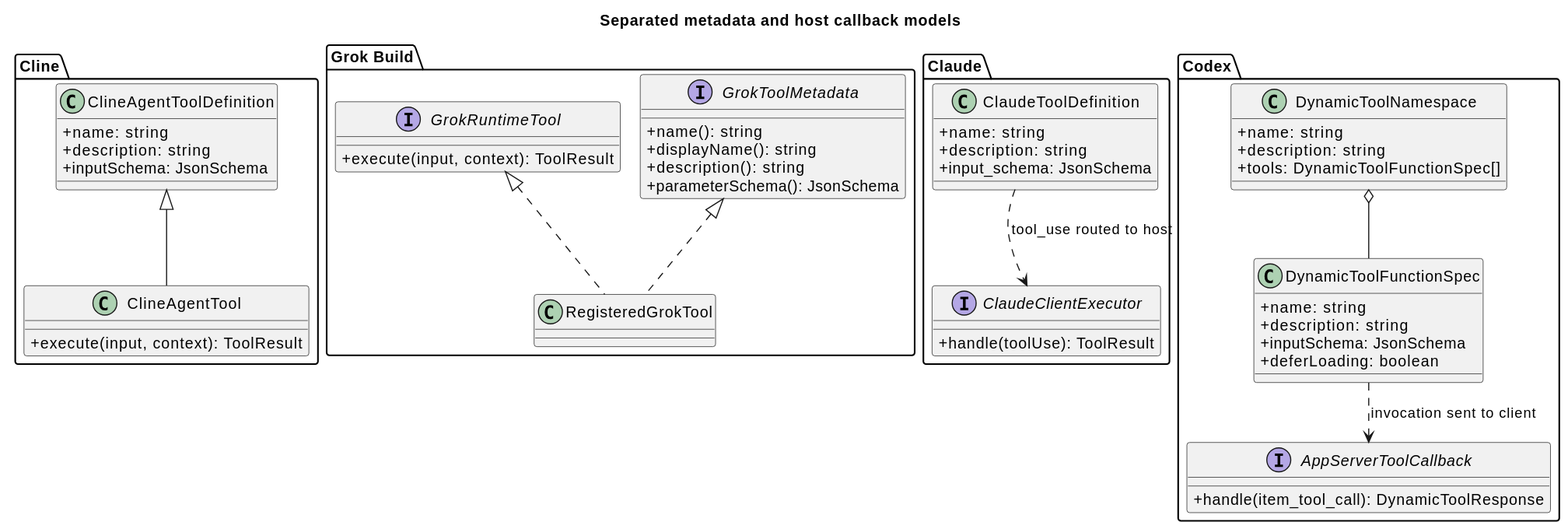
This is config-to-tool-agent-research/separated_and_callback_tool_definitions.svg from superheromeZzh/pi-mono-java-design, a PlantUML export, as it was before one commit. Its diagram source:
```plantuml
@startuml
!pragma layout smetana
title Separated metadata and host callback models
skinparam classAttributeIconSize 0
skinparam shadowing false
skinparam backgroundColor white

package "Cline" {
  class ClineAgentToolDefinition {
    +name: string
    +description: string
    +inputSchema: JsonSchema
  }
  class ClineAgentTool {
    +execute(input, context): ToolResult
  }
  ClineAgentToolDefinition <|-- ClineAgentTool
}

package "Grok Build" {
  interface GrokToolMetadata {
    +name(): string
    +displayName(): string
    +description(): string
    +parameterSchema(): JsonSchema
  }
  interface GrokRuntimeTool {
    +execute(input, context): ToolResult
  }
  class RegisteredGrokTool
  GrokToolMetadata <|.. RegisteredGrokTool
  GrokRuntimeTool <|.. RegisteredGrokTool
}

package "Claude" {
  class ClaudeToolDefinition {
    +name: string
    +description: string
    +input_schema: JsonSchema
  }
  interface ClaudeClientExecutor {
    +handle(toolUse): ToolResult
  }
  ClaudeToolDefinition ..> ClaudeClientExecutor : tool_use routed to host
}

package "Codex" {
  class DynamicToolFunctionSpec {
    +name: string
    +description: string
    +inputSchema: JsonSchema
    +deferLoading: boolean
  }
  class DynamicToolNamespace {
    +name: string
    +description: string
    +tools: DynamicToolFunctionSpec[]
  }
  interface AppServerToolCallback {
    +handle(item_tool_call): DynamicToolResponse
  }
  DynamicToolNamespace o-- DynamicToolFunctionSpec
  DynamicToolFunctionSpec ..> AppServerToolCallback : invocation sent to client
}
@enduml
```
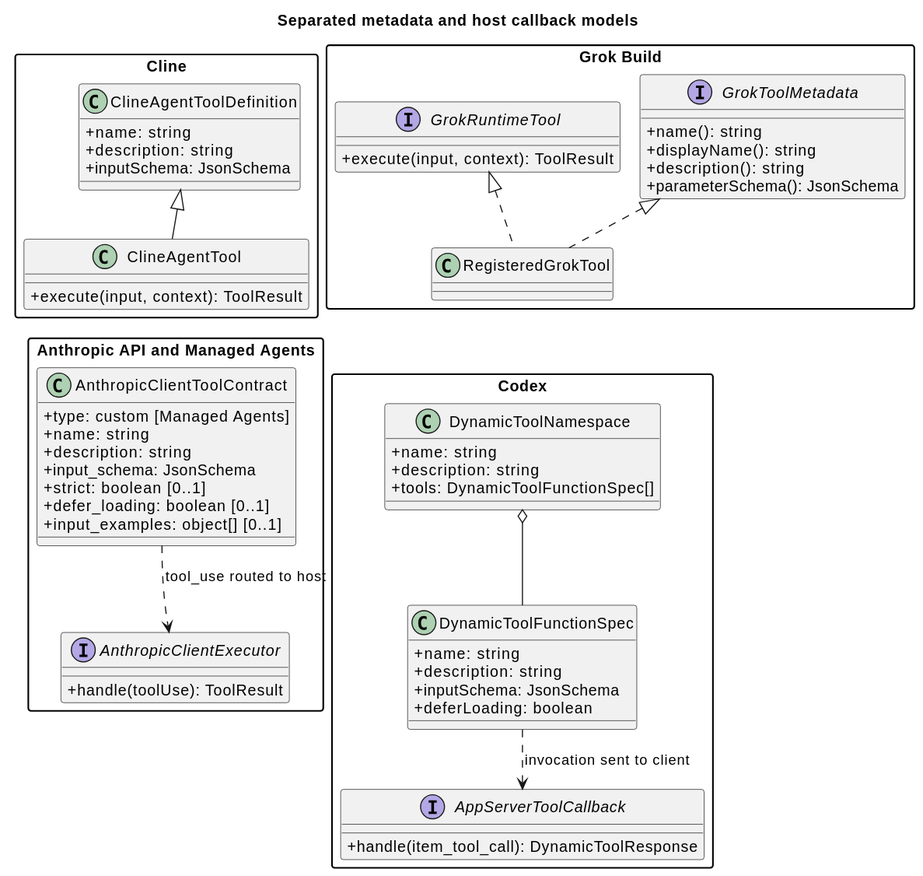
After the commit.

Commit message:
docs(agent): clarify tool evidence and scope

Change to the diagram source:
```diff
@@ -1,9 +1,13 @@
 @startuml
 !pragma layout smetana
 title Separated metadata and host callback models
+top to bottom direction
 skinparam classAttributeIconSize 0
 skinparam shadowing false
 skinparam backgroundColor white
+skinparam packageStyle rectangle
+skinparam nodesep 35
+skinparam ranksep 40
 
 package "Cline" {
   class ClineAgentToolDefinition {
@@ -32,16 +36,20 @@
   GrokRuntimeTool <|.. RegisteredGrokTool
 }
 
-package "Claude" {
-  class ClaudeToolDefinition {
+package "Anthropic API and Managed Agents" {
+  class AnthropicClientToolContract {
+    +type: custom [Managed Agents]
     +name: string
     +description: string
     +input_schema: JsonSchema
+    +strict: boolean [0..1]
+    +defer_loading: boolean [0..1]
+    +input_examples: object[] [0..1]
   }
-  interface ClaudeClientExecutor {
+  interface AnthropicClientExecutor {
     +handle(toolUse): ToolResult
   }
-  ClaudeToolDefinition ..> ClaudeClientExecutor : tool_use routed to host
+  AnthropicClientToolContract ..> AnthropicClientExecutor : tool_use routed to host
 }
 
 package "Codex" {
@@ -62,4 +70,9 @@
   DynamicToolNamespace o-- DynamicToolFunctionSpec
   DynamicToolFunctionSpec ..> AppServerToolCallback : invocation sent to client
 }
+
+ClineAgentToolDefinition -[hidden]right-> GrokToolMetadata
+ClineAgentTool -[hidden]down-> AnthropicClientToolContract
+RegisteredGrokTool -[hidden]down-> DynamicToolNamespace
+AnthropicClientExecutor -[hidden]right-> AppServerToolCallback
 @enduml
```
